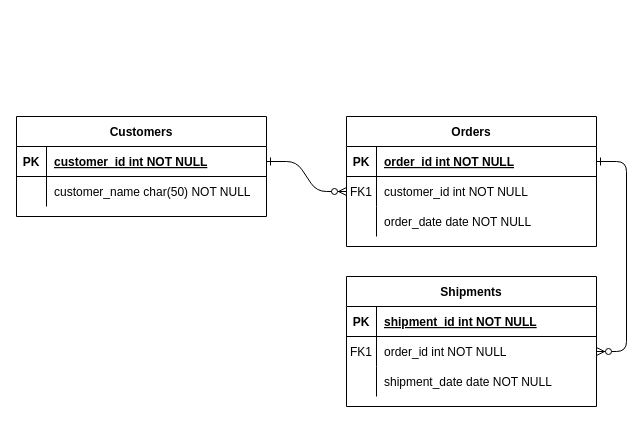
Before: Untitled Diagram.drawio in anhvupt/minimum-aka-medium-clone, a draw.io diagram. Source tidied: cells renumbered, new cells numbered last; positions are measured from the earlier drawing's top-left corner, leaving out a move shared by most shapes. Both pictures are drawn from the tidied source at 100%, with x=0, y=0 at pixel (16, 116).
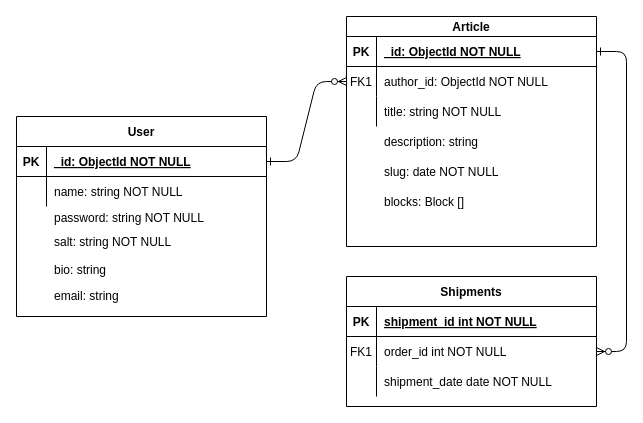
The same diagram, later.

Unchanged cells that the change refers to:
```xml
<mxCell id="25" style="shape=partialRectangle;fillColor=none;points=[[0,0.5],[1,0.5]];portConstraint=eastwest;top=0;left=0;right=0;bottom=1;" parent="24" vertex="1">
  <mxGeometry y="30" width="250" height="30" as="geometry" />
</mxCell>
<mxCell id="28" style="shape=partialRectangle;fillColor=none;top=0;left=0;right=0;bottom=0;" parent="24" vertex="1">
  <mxGeometry y="60" width="250" height="30" as="geometry" />
</mxCell>
```

The edit, as a diff of the source:
```diff
@@
-    <mxCell id="4" value="Orders" style="shape=table;startSize=30;childLayout=tableLayout;rowLines=0;fontStyle=1;align=center;" parent="1" vertex="1">
-      <mxGeometry x="330" width="250" height="130" as="geometry" />
+    <mxCell id="4" value="Article" style="shape=table;startSize=20;childLayout=tableLayout;rowLines=0;fontStyle=1;align=center;" parent="1" vertex="1">
+      <mxGeometry x="330" y="-100" width="250" height="230" as="geometry" />
     </mxCell>
     <mxCell id="5" style="shape=partialRectangle;fillColor=none;points=[[0,0.5],[1,0.5]];portConstraint=eastwest;top=0;left=0;right=0;bottom=1;" parent="4" vertex="1">
-      <mxGeometry y="30" width="250" height="30" as="geometry" />
+      <mxGeometry y="20" width="250" height="30" as="geometry" />
     </mxCell>
@@
-    <mxCell id="7" value="order_id int NOT NULL " style="shape=partialRectangle;overflow=hidden;fillColor=none;top=0;left=0;bottom=0;right=0;align=left;spacingLeft=6;fontStyle=5;" parent="5" vertex="1">
+    <mxCell id="7" value="_id: ObjectId NOT NULL" style="shape=partialRectangle;overflow=hidden;fillColor=none;top=0;left=0;bottom=0;right=0;align=left;spacingLeft=6;fontStyle=5;" parent="5" vertex="1">
       <mxGeometry x="30" width="220" height="30" as="geometry" />
     </mxCell>
     <mxCell id="8" style="shape=partialRectangle;fillColor=none;points=[[0,0.5],[1,0.5]];portConstraint=eastwest;top=0;left=0;right=0;bottom=0;" parent="4" vertex="1">
-      <mxGeometry y="60" width="250" height="30" as="geometry" />
+      <mxGeometry y="50" width="250" height="30" as="geometry" />
     </mxCell>
@@
-    <mxCell id="10" value="customer_id int NOT NULL" style="shape=partialRectangle;overflow=hidden;fillColor=none;top=0;left=0;bottom=0;right=0;align=left;spacingLeft=6;" parent="8" vertex="1">
+    <mxCell id="10" value="author_id: ObjectId NOT NULL" style="shape=partialRectangle;overflow=hidden;fillColor=none;top=0;left=0;bottom=0;right=0;align=left;spacingLeft=6;" parent="8" vertex="1">
       <mxGeometry x="30" width="220" height="30" as="geometry" />
     </mxCell>
     <mxCell id="11" style="shape=partialRectangle;fillColor=none;top=0;left=0;right=0;bottom=0;" parent="4" vertex="1">
-      <mxGeometry y="90" width="250" height="30" as="geometry" />
+      <mxGeometry y="80" width="250" height="30" as="geometry" />
     </mxCell>
@@
-    <mxCell id="13" value="order_date date NOT NULL" style="shape=partialRectangle;overflow=hidden;fillColor=none;top=0;left=0;bottom=0;right=0;align=left;spacingLeft=6;" parent="11" vertex="1">
+    <mxCell id="13" value="title: string NOT NULL" style="shape=partialRectangle;overflow=hidden;fillColor=none;top=0;left=0;bottom=0;right=0;align=left;spacingLeft=6;" parent="11" vertex="1">
       <mxGeometry x="30" width="220" height="30" as="geometry" />
     </mxCell>
@@
-    <mxCell id="24" value="Customers" style="shape=table;startSize=30;childLayout=tableLayout;rowLines=0;fontStyle=1;align=center;" parent="1" vertex="1">
-      <mxGeometry width="250" height="100" as="geometry" />
+    <mxCell id="24" value="User" style="shape=table;startSize=30;childLayout=tableLayout;rowLines=0;fontStyle=1;align=center;" parent="1" vertex="1">
+      <mxGeometry width="250" height="200" as="geometry" />
     </mxCell>
@@
-    <mxCell id="27" value="customer_id int NOT NULL " style="shape=partialRectangle;overflow=hidden;fillColor=none;top=0;left=0;bottom=0;right=0;align=left;spacingLeft=6;fontStyle=5;" parent="25" vertex="1">
+    <mxCell id="27" value="_id: ObjectId NOT NULL " style="shape=partialRectangle;overflow=hidden;fillColor=none;top=0;left=0;bottom=0;right=0;align=left;spacingLeft=6;fontStyle=5;" parent="25" vertex="1">
       <mxGeometry x="30" width="220" height="30" as="geometry" />
     </mxCell>
@@
-    <mxCell id="30" value="customer_name char(50) NOT NULL" style="shape=partialRectangle;overflow=hidden;fillColor=none;top=0;left=0;bottom=0;right=0;align=left;spacingLeft=6;" parent="28" vertex="1">
+    <mxCell id="30" value="name: string NOT NULL" style="shape=partialRectangle;overflow=hidden;fillColor=none;top=0;left=0;bottom=0;right=0;align=left;spacingLeft=6;" parent="28" vertex="1">
       <mxGeometry x="30" width="220" height="30" as="geometry" />
     </mxCell>
+    <mxCell id="31" value="password: string NOT NULL" style="shape=partialRectangle;overflow=hidden;fillColor=none;top=0;left=0;bottom=0;right=0;align=left;spacingLeft=6;" parent="1" vertex="1">
+      <mxGeometry x="30" y="86" width="220" height="30" as="geometry" />
+    </mxCell>
+    <mxCell id="32" value="salt: string NOT NULL" style="shape=partialRectangle;overflow=hidden;fillColor=none;top=0;left=0;bottom=0;right=0;align=left;spacingLeft=6;" parent="1" vertex="1">
+      <mxGeometry x="30" y="110" width="220" height="30" as="geometry" />
+    </mxCell>
+    <mxCell id="33" value="bio: string" style="shape=partialRectangle;overflow=hidden;fillColor=none;top=0;left=0;bottom=0;right=0;align=left;spacingLeft=6;" parent="1" vertex="1">
+      <mxGeometry x="30" y="138" width="220" height="30" as="geometry" />
+    </mxCell>
+    <mxCell id="34" value="email: string" style="shape=partialRectangle;overflow=hidden;fillColor=none;top=0;left=0;bottom=0;right=0;align=left;spacingLeft=6;" parent="1" vertex="1">
+      <mxGeometry x="30" y="164" width="220" height="30" as="geometry" />
+    </mxCell>
+    <mxCell id="35" value="description: string" style="shape=partialRectangle;overflow=hidden;fillColor=none;top=0;left=0;bottom=0;right=0;align=left;spacingLeft=6;" parent="1" vertex="1">
+      <mxGeometry x="360" y="10" width="220" height="30" as="geometry" />
+    </mxCell>
+    <mxCell id="36" value="slug: date NOT NULL" style="shape=partialRectangle;overflow=hidden;fillColor=none;top=0;left=0;bottom=0;right=0;align=left;spacingLeft=6;" parent="1" vertex="1">
+      <mxGeometry x="360" y="40" width="220" height="30" as="geometry" />
+    </mxCell>
+    <mxCell id="37" value="blocks: Block []" style="shape=partialRectangle;overflow=hidden;fillColor=none;top=0;left=0;bottom=0;right=0;align=left;spacingLeft=6;" parent="1" vertex="1">
+      <mxGeometry x="360" y="70" width="220" height="30" as="geometry" />
+    </mxCell>
```
